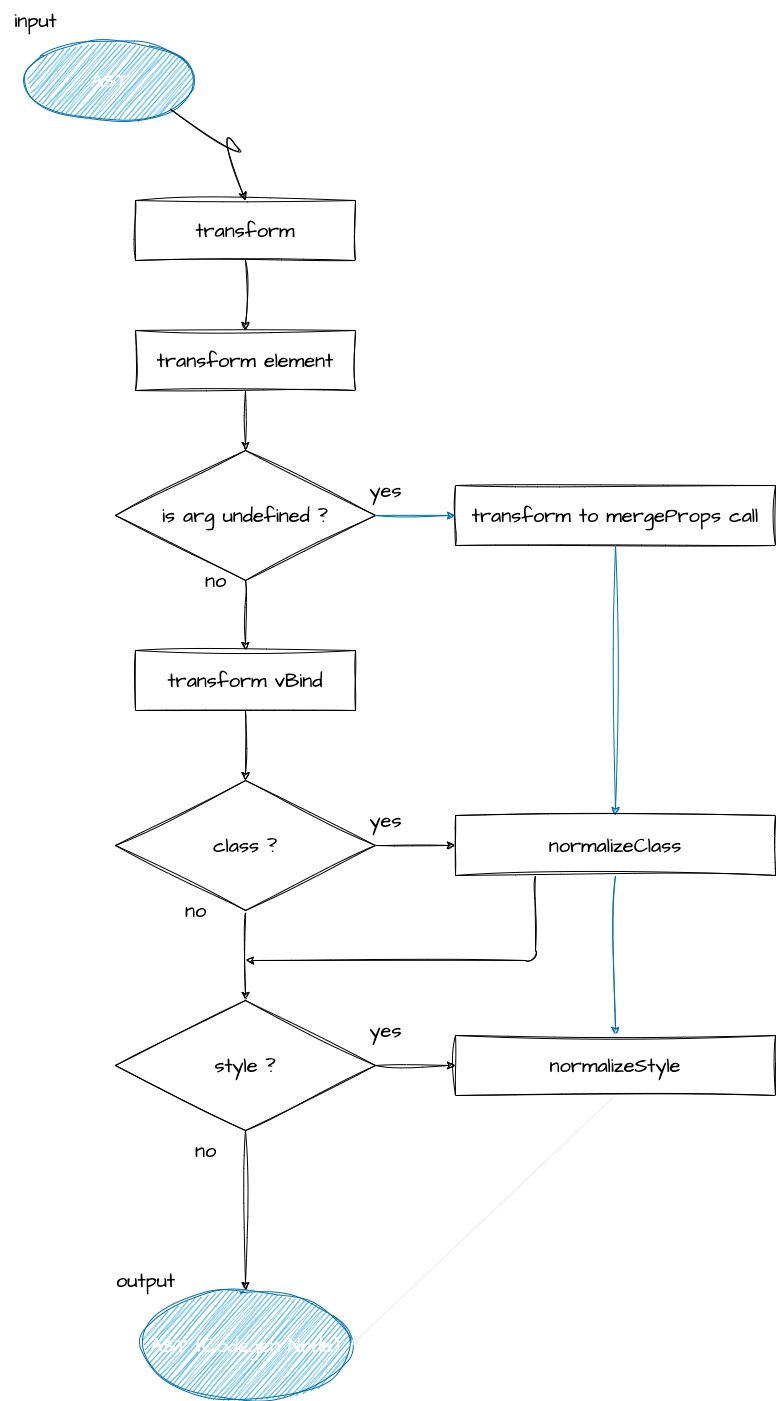
Above: book/images/transform_vbind.drawio.png in ubugeeei/chibivue (draw.io), before the change. Source tidied: cells renumbered, new cells last; positions are measured from the earlier drawing's top-left corner, leaving out a move shared by most shapes.
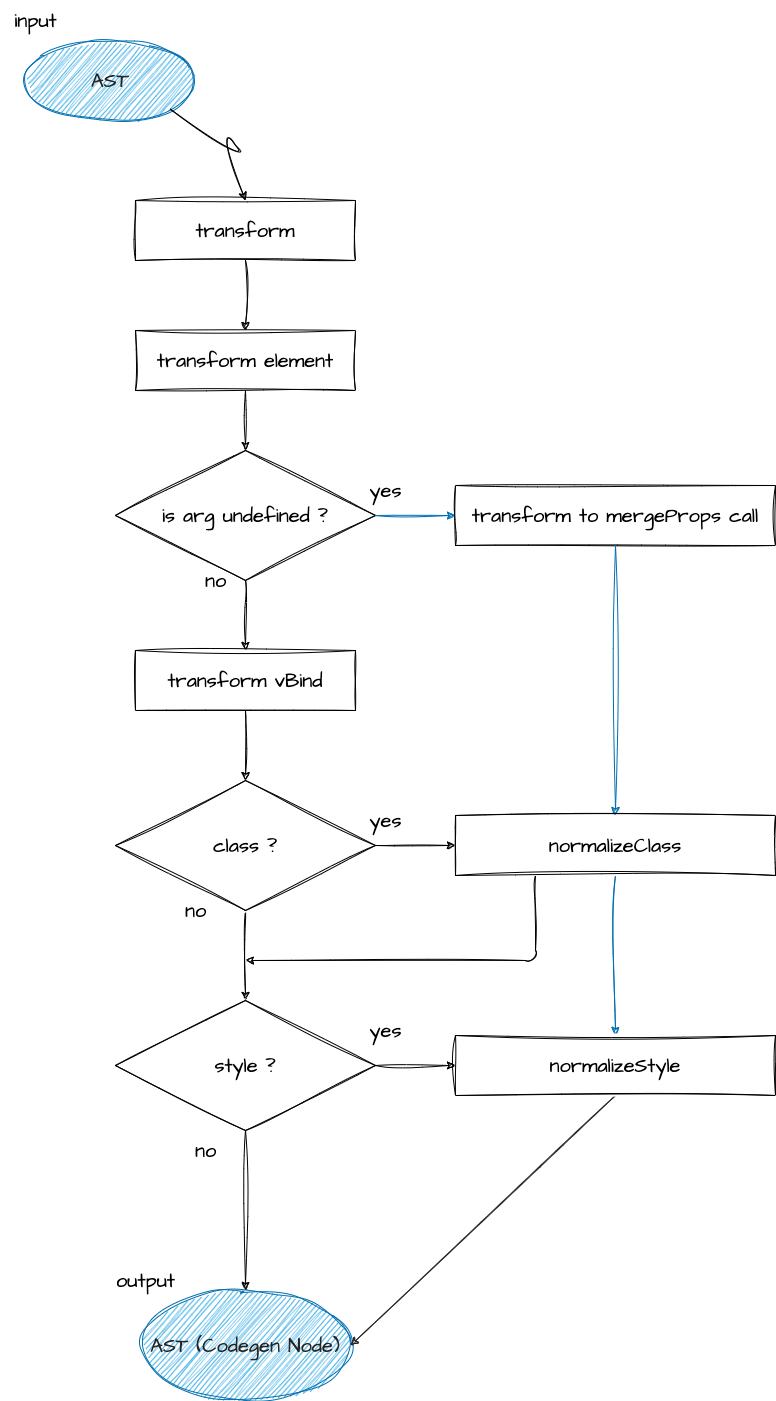
Later version of the same file.

Diff of the diagram source:
```diff
@@ -1,4 +1,4 @@
-<mxGraphModel>
+<mxGraphModel background="#ffffff">
   <root>
     <mxCell id="0" />
     <mxCell id="1" parent="0" />
@@ -14,10 +14,10 @@
     <mxCell id="5" value="transform to mergeProps call" style="rounded=0;whiteSpace=wrap;html=1;sketch=1;hachureGap=4;jiggle=2;curveFitting=1;fontFamily=Architects Daughter;fontSource=https%3A%2F%2Ffonts.googleapis.com%2Fcss%3Ffamily%3DArchitects%2BDaughter;fontSize=20;" parent="1" vertex="1">
       <mxGeometry x="455" y="485" width="320" height="60" as="geometry" />
     </mxCell>
-    <mxCell id="6" value="AST (Codegen Node)" style="ellipse;whiteSpace=wrap;html=1;sketch=1;hachureGap=4;jiggle=2;curveFitting=1;fontFamily=Architects Daughter;fontSource=https%3A%2F%2Ffonts.googleapis.com%2Fcss%3Ffamily%3DArchitects%2BDaughter;fontSize=20;fillColor=#1ba1e2;fontColor=#ffffff;strokeColor=#006EAF;" parent="1" vertex="1">
+    <mxCell id="6" value="&lt;font color=&quot;#252525&quot;&gt;AST (Codegen Node)&lt;/font&gt;" style="ellipse;whiteSpace=wrap;html=1;sketch=1;hachureGap=4;jiggle=2;curveFitting=1;fontFamily=Architects Daughter;fontSource=https%3A%2F%2Ffonts.googleapis.com%2Fcss%3Ffamily%3DArchitects%2BDaughter;fontSize=20;fillColor=#1ba1e2;fontColor=#ffffff;strokeColor=#006EAF;" parent="1" vertex="1">
       <mxGeometry x="140" y="1290" width="210" height="110" as="geometry" />
     </mxCell>
-    <mxCell id="7" value="AST" style="ellipse;whiteSpace=wrap;html=1;sketch=1;hachureGap=4;jiggle=2;curveFitting=1;fontFamily=Architects Daughter;fontSource=https%3A%2F%2Ffonts.googleapis.com%2Fcss%3Ffamily%3DArchitects%2BDaughter;fontSize=20;fillColor=#1ba1e2;fontColor=#ffffff;strokeColor=#006EAF;" parent="1" vertex="1">
+    <mxCell id="7" value="&lt;font color=&quot;#252525&quot;&gt;AST&lt;/font&gt;" style="ellipse;whiteSpace=wrap;html=1;sketch=1;hachureGap=4;jiggle=2;curveFitting=1;fontFamily=Architects Daughter;fontSource=https%3A%2F%2Ffonts.googleapis.com%2Fcss%3Ffamily%3DArchitects%2BDaughter;fontSize=20;fillColor=#1ba1e2;fontColor=#ffffff;strokeColor=#006EAF;" parent="1" vertex="1">
       <mxGeometry x="25" y="40" width="170" height="80" as="geometry" />
     </mxCell>
     <mxCell id="8" style="curved=1;endArrow=classic;html=1;sketch=1;hachureGap=4;jiggle=2;curveFitting=1;fontFamily=Architects Daughter;fontSource=https%3A%2F%2Ffonts.googleapis.com%2Fcss%3Ffamily%3DArchitects%2BDaughter;fontSize=16;exitX=1;exitY=1;exitDx=0;exitDy=0;entryX=0.5;entryY=0;entryDx=0;entryDy=0;" parent="1" edge="1" source="7" target="2">
@@ -93,7 +93,7 @@
     <mxCell id="28" value="normalizeClass" style="rounded=0;whiteSpace=wrap;html=1;sketch=1;hachureGap=4;jiggle=2;curveFitting=1;fontFamily=Architects Daughter;fontSource=https%3A%2F%2Ffonts.googleapis.com%2Fcss%3Ffamily%3DArchitects%2BDaughter;fontSize=20;" parent="1" vertex="1">
       <mxGeometry x="455" y="815" width="320" height="60" as="geometry" />
     </mxCell>
-    <mxCell id="29" style="edgeStyle=none;sketch=1;hachureGap=4;jiggle=2;curveFitting=1;html=1;exitX=0.5;exitY=1;exitDx=0;exitDy=0;entryX=1;entryY=0.5;entryDx=0;entryDy=0;strokeColor=#F0F0F0;fontFamily=Architects Daughter;fontSource=https%3A%2F%2Ffonts.googleapis.com%2Fcss%3Ffamily%3DArchitects%2BDaughter;fontSize=16;" parent="1" edge="1" source="30" target="6">
+    <mxCell id="29" style="edgeStyle=none;sketch=1;hachureGap=4;jiggle=2;curveFitting=1;html=1;exitX=0.5;exitY=1;exitDx=0;exitDy=0;entryX=1;entryY=0.5;entryDx=0;entryDy=0;strokeColor=#252525;fontFamily=Architects Daughter;fontSource=https%3A%2F%2Ffonts.googleapis.com%2Fcss%3Ffamily%3DArchitects%2BDaughter;fontSize=16;" parent="1" edge="1" source="30" target="6">
       <mxGeometry relative="1" as="geometry" />
     </mxCell>
     <mxCell id="30" value="normalizeStyle" style="rounded=0;whiteSpace=wrap;html=1;sketch=1;hachureGap=4;jiggle=2;curveFitting=1;fontFamily=Architects Daughter;fontSource=https%3A%2F%2Ffonts.googleapis.com%2Fcss%3Ffamily%3DArchitects%2BDaughter;fontSize=20;" parent="1" vertex="1">
```
